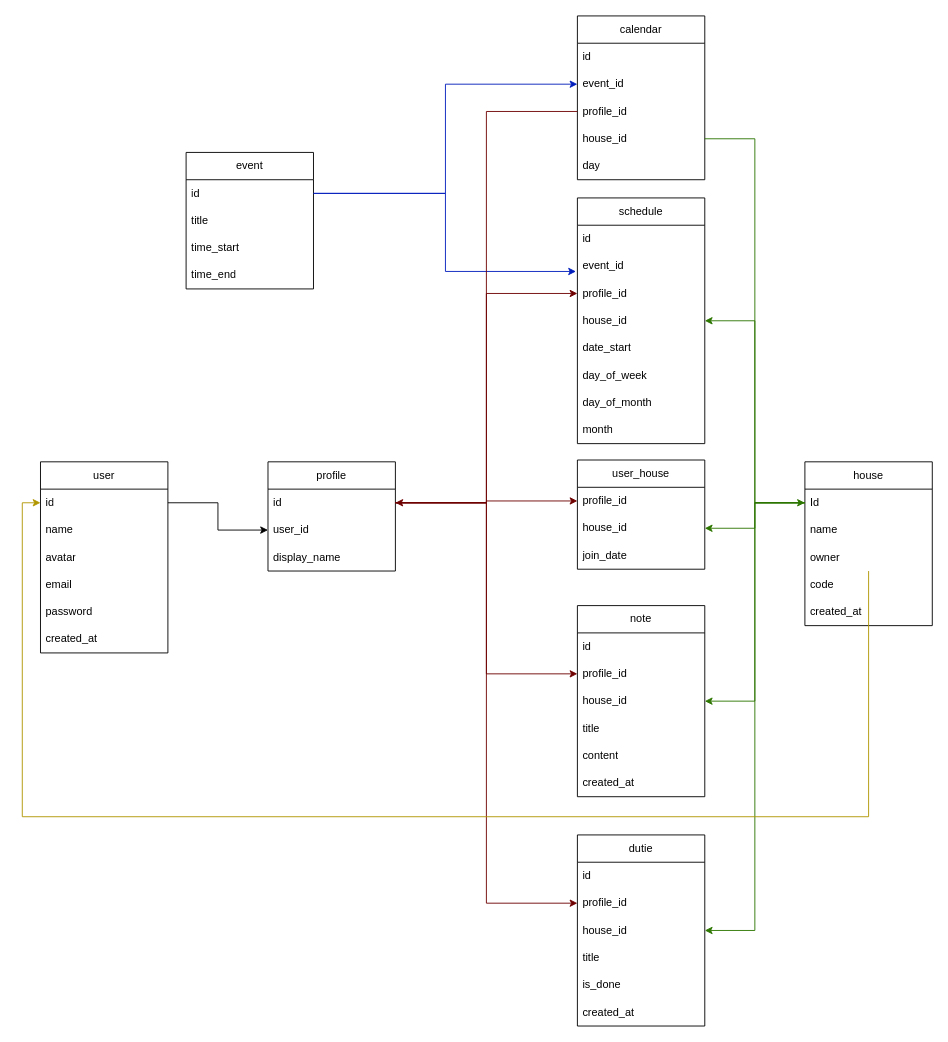
Before: prisma/schema.drawio in Yndh/hakhiros, a draw.io diagram. Source tidied: cells renumbered, new cells numbered last; positions are measured from the earlier drawing's top-left corner, leaving out a move shared by most shapes. Both pictures are drawn from the tidied source at 91%, with x=0, y=0 at pixel (22, 15).
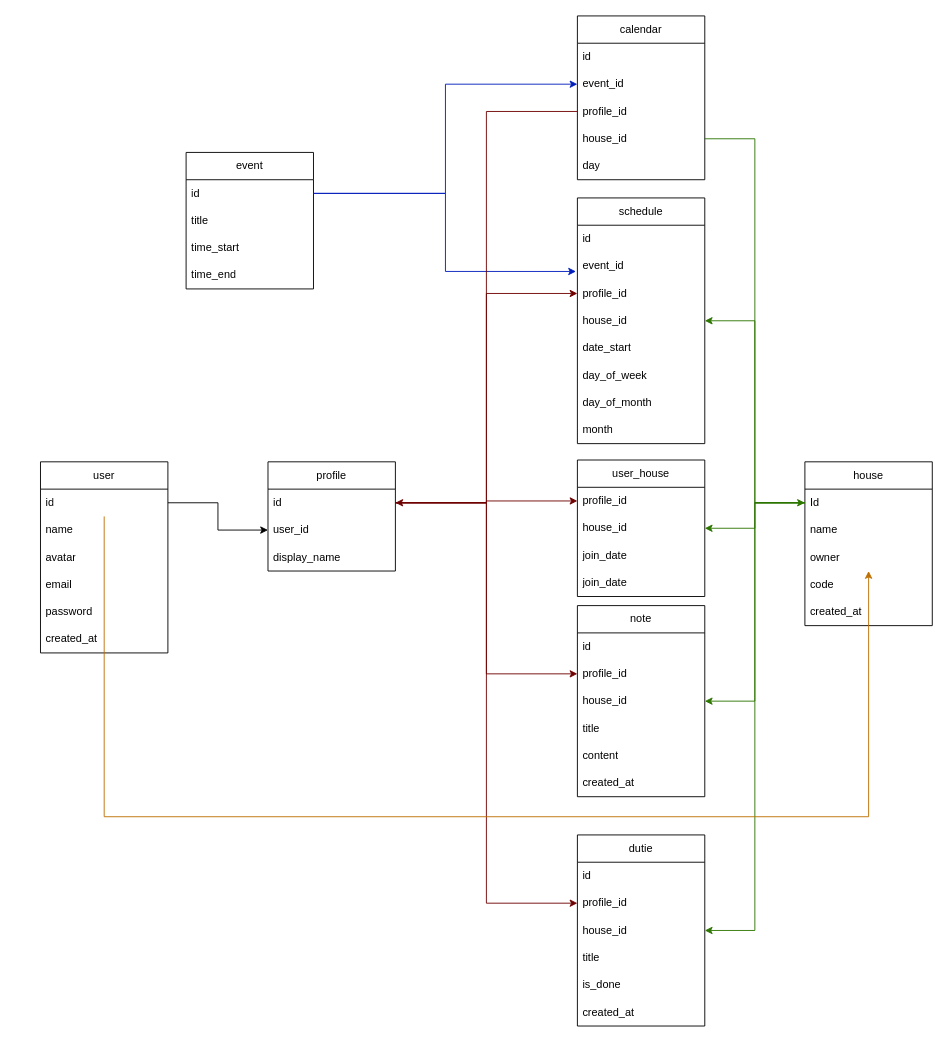
The same diagram, later.

Commit message (it also covers changes not shown here):
join house on creating house and change path

Unchanged cells that the change refers to:
```xml
<mxCell id="3" value="id" style="text;strokeColor=none;fillColor=none;align=left;verticalAlign=middle;spacingLeft=4;spacingRight=4;overflow=hidden;points=[[0,0.5],[1,0.5]];portConstraint=eastwest;whiteSpace=wrap;html=1;" parent="2" vertex="1">
  <mxGeometry y="30" width="140" height="30" as="geometry" />
</mxCell>
<mxCell id="12" value="owner" style="text;strokeColor=none;fillColor=none;align=left;verticalAlign=middle;spacingLeft=4;spacingRight=4;overflow=hidden;points=[[0,0.5],[1,0.5]];portConstraint=eastwest;whiteSpace=wrap;html=1;" parent="9" vertex="1">
  <mxGeometry y="90" width="140" height="30" as="geometry" />
</mxCell>
```

Change to the diagram source:
```diff
@@
     <mxCell id="15" value="user_house" style="swimlane;fontStyle=0;horizontal=1;startSize=30;whiteSpace=wrap;html=1;" parent="1" vertex="1">
-      <mxGeometry x="610" y="488" width="140" height="120" as="geometry" />
+      <mxGeometry x="610" y="488" width="140" height="150" as="geometry" />
     </mxCell>
@@
+    <mxCell id="71" value="join_date" style="text;strokeColor=none;fillColor=none;align=left;verticalAlign=middle;spacingLeft=4;spacingRight=4;overflow=hidden;whiteSpace=wrap;html=1;" parent="15" vertex="1">
+      <mxGeometry y="90" width="140" height="30" as="geometry" />
+    </mxCell>
     <mxCell id="18" value="join_date" style="text;strokeColor=none;fillColor=none;align=left;verticalAlign=middle;spacingLeft=4;spacingRight=4;overflow=hidden;whiteSpace=wrap;html=1;" parent="15" vertex="1">
-      <mxGeometry y="90" width="140" height="30" as="geometry" />
+      <mxGeometry y="120" width="140" height="30" as="geometry" />
     </mxCell>
@@
-    <mxCell id="70" style="edgeStyle=orthogonalEdgeStyle;rounded=0;jettySize=auto;html=1;entryX=0;entryY=0.5;entryDx=0;entryDy=0;fillColor=#e3c800;strokeColor=#B09500;" parent="1" edge="1" source="12" target="3">
-      <mxGeometry relative="1" as="geometry">
-        <Array as="points">
-          <mxPoint x="930" y="880" />
-          <mxPoint y="880" />
-          <mxPoint y="535" />
-        </Array>
-      </mxGeometry>
-    </mxCell>
+    <mxCell id="72" style="edgeStyle=orthogonalEdgeStyle;rounded=0;jettySize=auto;html=1;fillColor=#f0a30a;strokeColor=#BD7000;" parent="1" edge="1" source="3" target="12">
+      <mxGeometry relative="1" as="geometry">
+        <Array as="points">
+          <mxPoint x="90" y="880" />
+          <mxPoint x="930" y="880" />
+        </Array>
+      </mxGeometry>
+    </mxCell>
```
